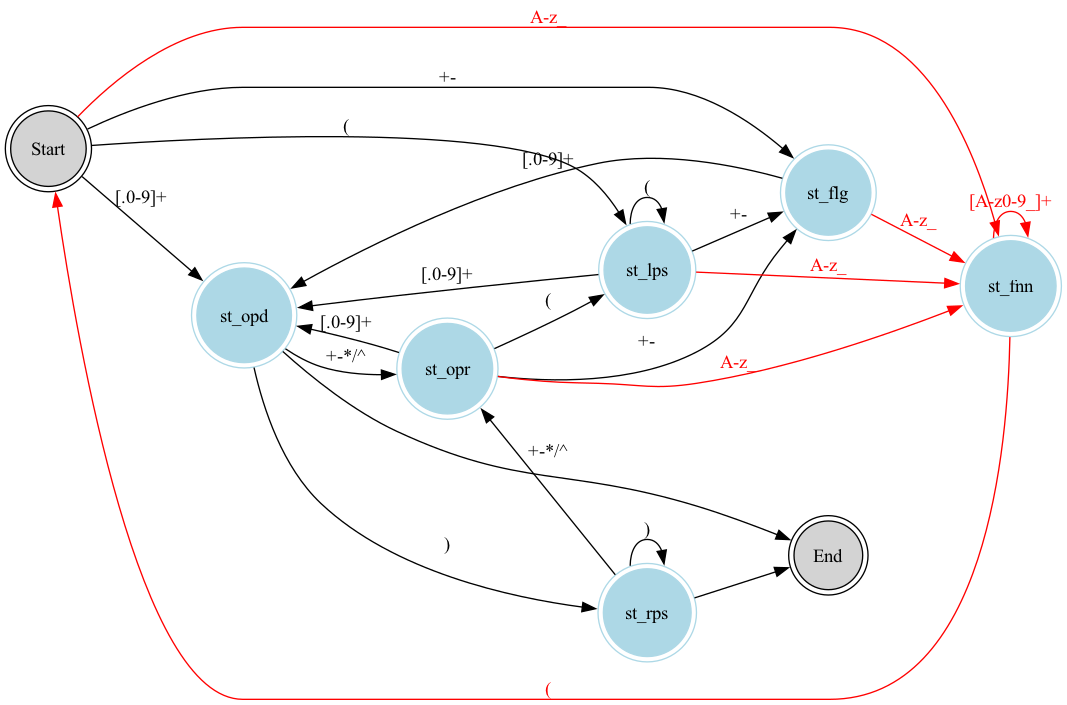
Above: state_transition.png in jacoolee/calc (Graphviz), before the change. Its source is kept beside it as state_transition.dot.
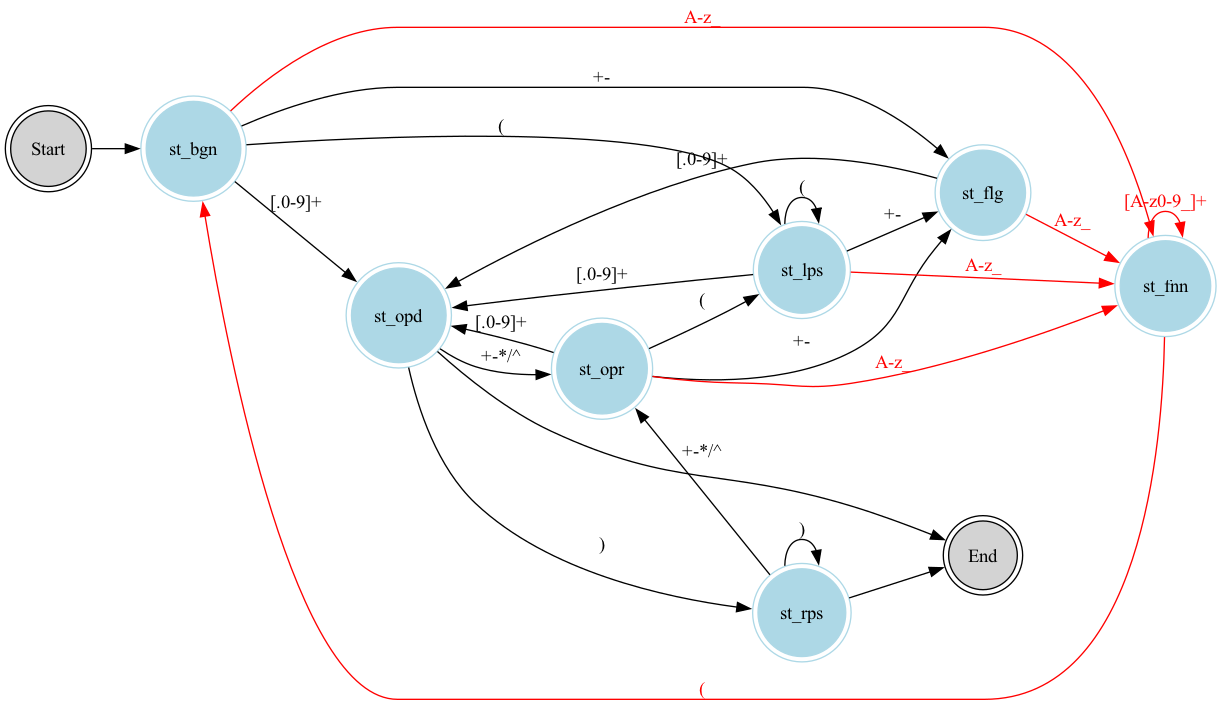
The same diagram one commit later.

What changed in the source:
```diff
@@ -4,7 +4,8 @@
 
     {
 
-        st_non [shape=circle,peripheries=2,style=filled, label="Start"]
+        st_start [shape=circle,peripheries=2,style=filled, label="Start"]
+        st_bgn [shape=circle,peripheries=2,color=lightblue,style=filled,label="st_bgn"]
         st_opr [shape=circle,peripheries=2,color=lightblue,style=filled,label="st_opr"]
         st_opd [shape=circle,peripheries=2,color=lightblue,style=filled,label="st_opd"]
         st_lps [shape=circle,peripheries=2,color=lightblue,style=filled,label="st_lps"]
@@ -13,10 +14,12 @@
         st_fnn [shape=circle,peripheries=2,color=lightblue,style=filled,label="st_fnn"]
         st_end [shape=circle,peripheries=2,style=filled,label="End"]
 
-        st_non -> st_opd[label="[.0-9]+"];
-        st_non -> st_lps[label="("];
-        st_non -> st_flg[label="+-"];
-        st_non -> st_fnn[label="A-z_", color="red", fontcolor="red"];
+        st_start -> st_bgn;
+
+        st_bgn -> st_opd[label="[.0-9]+"];
+        st_bgn -> st_lps[label="("];
+        st_bgn -> st_flg[label="+-"];
+        st_bgn -> st_fnn[label="A-z_", color="red", fontcolor="red"];
 
         st_opd -> st_opr[label="+-*/^"];
         st_opd -> st_rps[label=")"];
@@ -38,7 +41,7 @@
         st_flg -> st_fnn[label="A-z_", color="red", fontcolor="red"];
 
         st_fnn -> st_fnn[label="[A-z0-9_]+", color="red", fontcolor="red"];
-        st_fnn -> st_non[label="(", color="red", fontcolor="red"];
+        st_fnn -> st_bgn[label="(", color="red", fontcolor="red"];
 
         st_opd -> st_end[label=""];
         st_rps -> st_end[label=""];
```
